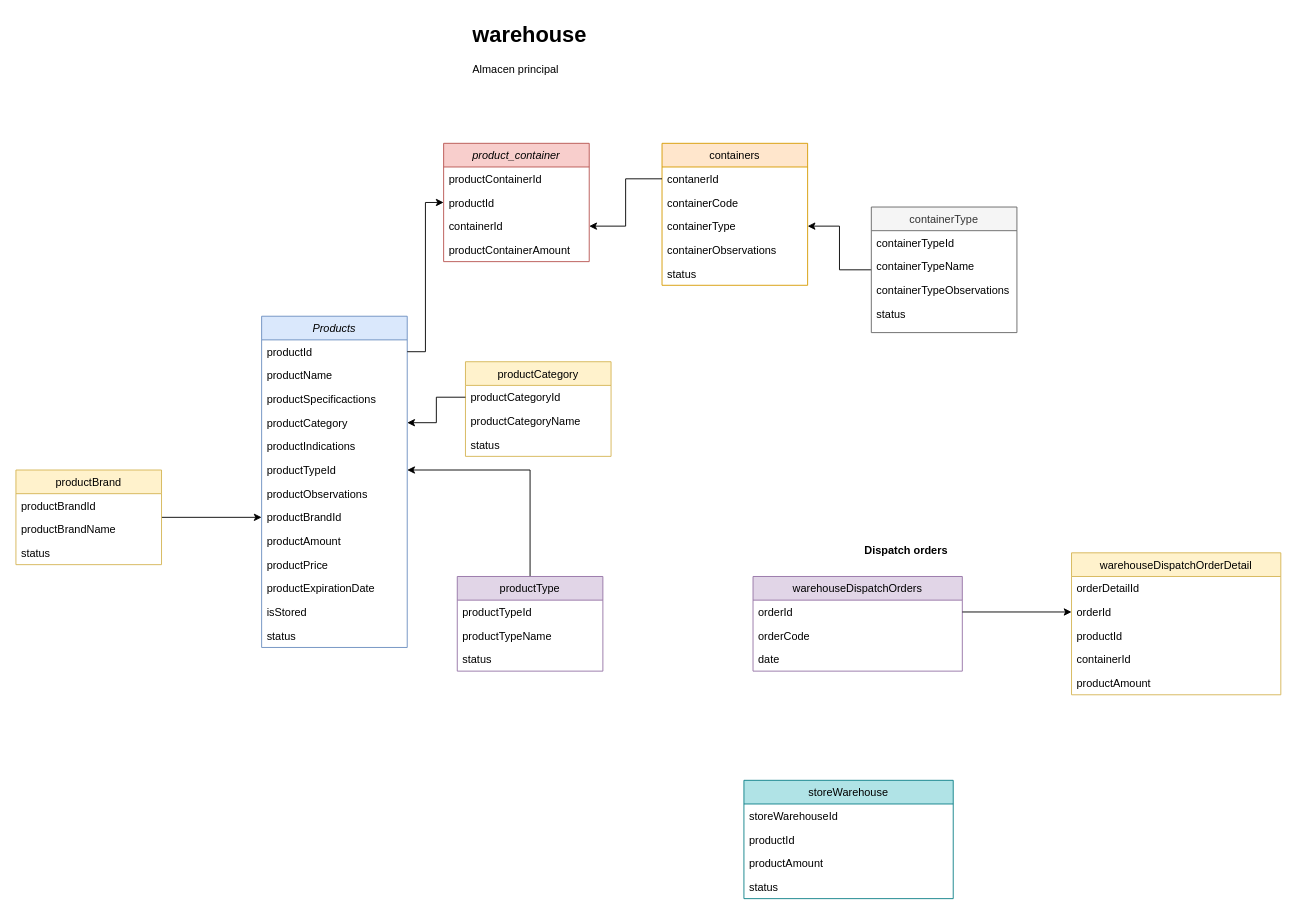
Before: pharmacy.drawio in CarlosMayo1/pharmacy, a draw.io diagram. Source tidied: cells renumbered, new cells numbered last; positions are measured from the earlier drawing's top-left corner, leaving out a move shared by most shapes. Both pictures are drawn from the tidied source at 91%, with x=0, y=0 at pixel (15, 15).
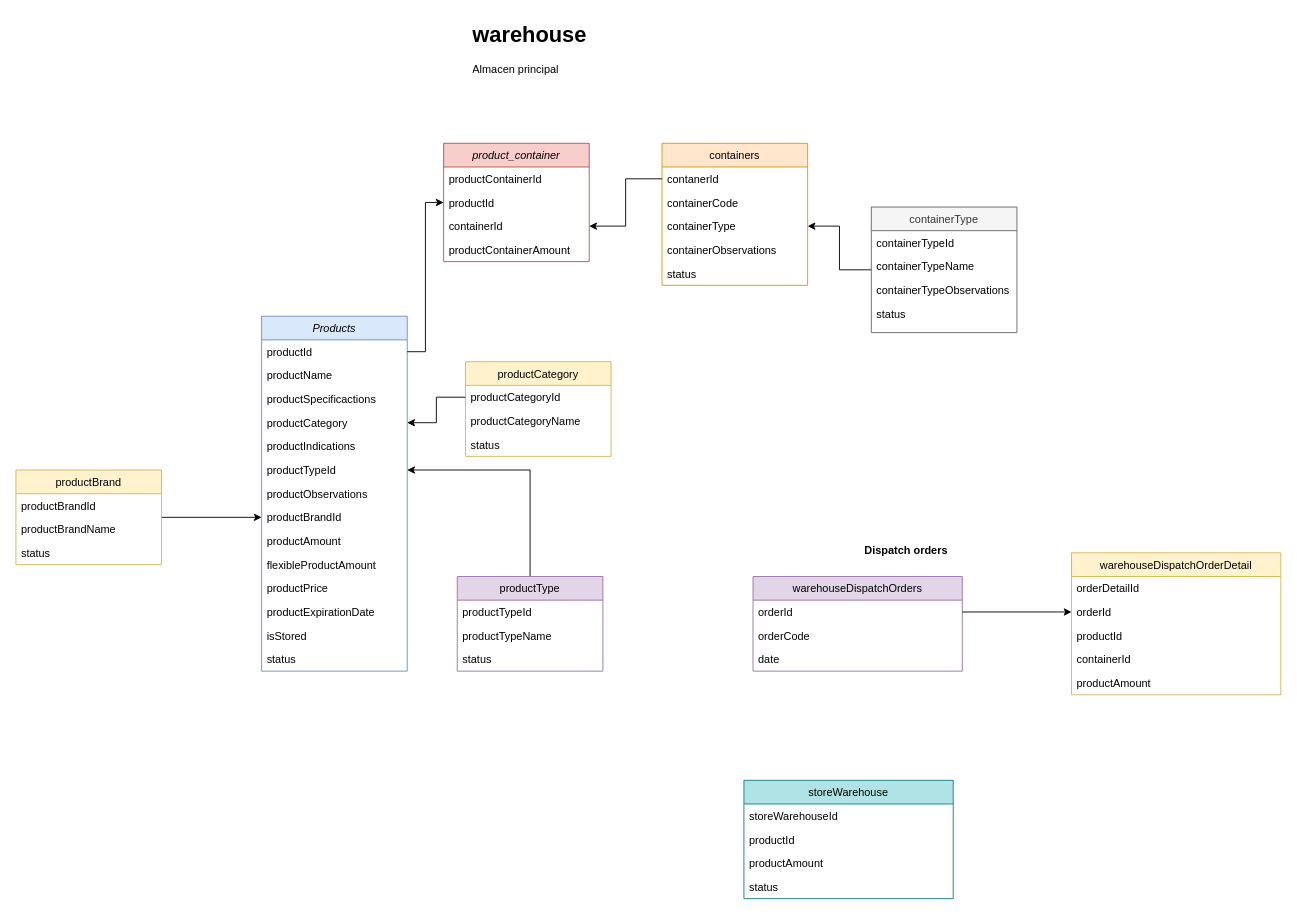
The same diagram, later.

The edit, as a diff of the source:
```diff
@@
     <mxCell id="2" value="Products" style="swimlane;fontStyle=2;align=center;verticalAlign=top;horizontal=1;startSize=26;rounded=0;shadow=0;strokeWidth=1;fillColor=#dae8fc;strokeColor=#6c8ebf;" parent="1" vertex="1">
-      <mxGeometry x="270" y="330" width="160" height="364" as="geometry" />
+      <mxGeometry x="270" y="330" width="160" height="390" as="geometry" />
     </mxCell>
@@
+    <mxCell id="68" value="flexibleProductAmount" style="text;align=left;verticalAlign=top;spacingLeft=4;spacingRight=4;overflow=hidden;rounded=0;shadow=0;html=0;" parent="2" vertex="1">
+      <mxGeometry y="260" width="160" height="26" as="geometry" />
+    </mxCell>
     <mxCell id="12" value="productPrice" style="text;align=left;verticalAlign=top;spacingLeft=4;spacingRight=4;overflow=hidden;rounded=0;shadow=0;html=0;" parent="2" vertex="1">
-      <mxGeometry y="260" width="160" height="26" as="geometry" />
+      <mxGeometry y="286" width="160" height="26" as="geometry" />
     </mxCell>
     <mxCell id="13" value="productExpirationDate" style="text;align=left;verticalAlign=top;spacingLeft=4;spacingRight=4;overflow=hidden;rounded=0;shadow=0;html=0;" parent="2" vertex="1">
-      <mxGeometry y="286" width="160" height="26" as="geometry" />
+      <mxGeometry y="312" width="160" height="26" as="geometry" />
     </mxCell>
     <mxCell id="14" value="isStored" style="text;align=left;verticalAlign=top;spacingLeft=4;spacingRight=4;overflow=hidden;rounded=0;shadow=0;html=0;" parent="2" vertex="1">
-      <mxGeometry y="312" width="160" height="26" as="geometry" />
+      <mxGeometry y="338" width="160" height="26" as="geometry" />
     </mxCell>
     <mxCell id="15" value="status" style="text;align=left;verticalAlign=top;spacingLeft=4;spacingRight=4;overflow=hidden;rounded=0;shadow=0;html=0;" parent="2" vertex="1">
-      <mxGeometry y="338" width="160" height="26" as="geometry" />
+      <mxGeometry y="364" width="160" height="26" as="geometry" />
     </mxCell>
```
